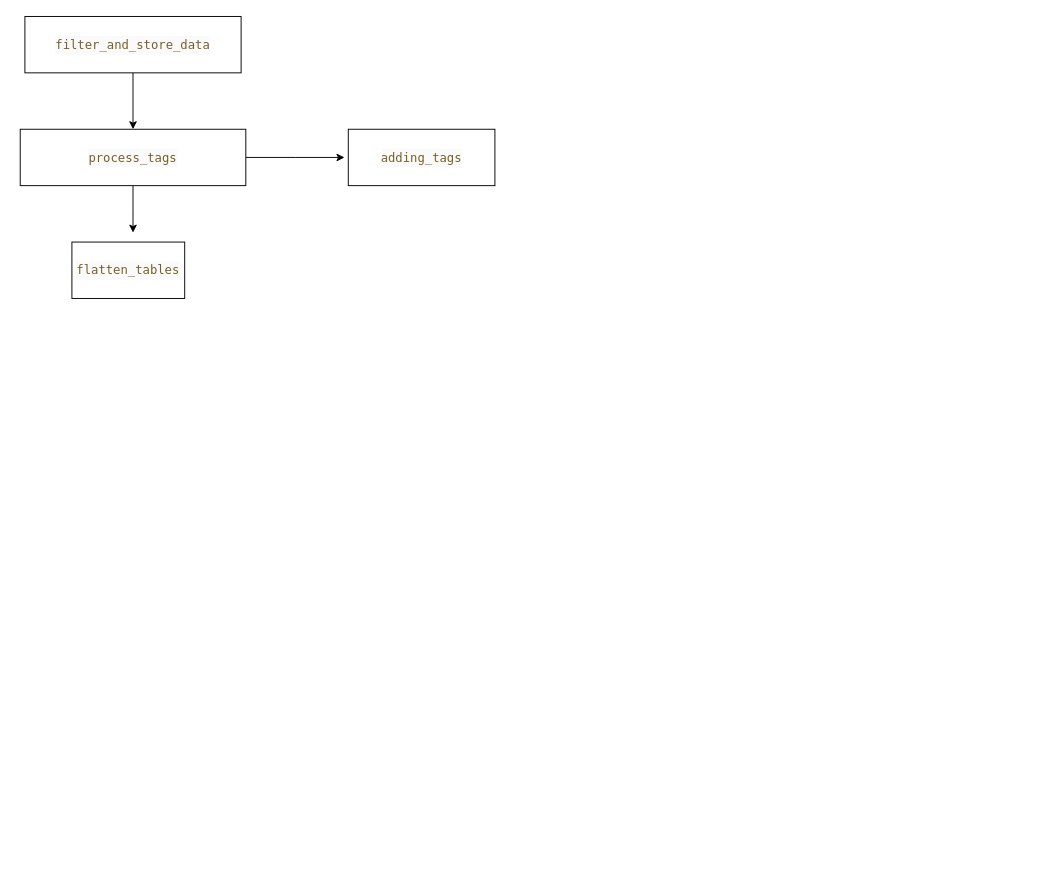
The draw.io diagram Untitled Diagram.drawio in AayushShorthillsAI/langchain, before the edit. Source tidied: cells renumbered, new cells numbered last; positions are measured from the earlier drawing's top-left corner, leaving out a move shared by most shapes. Both pictures are drawn from the tidied source at 94%, with x=0, y=0 at pixel (20, 16).
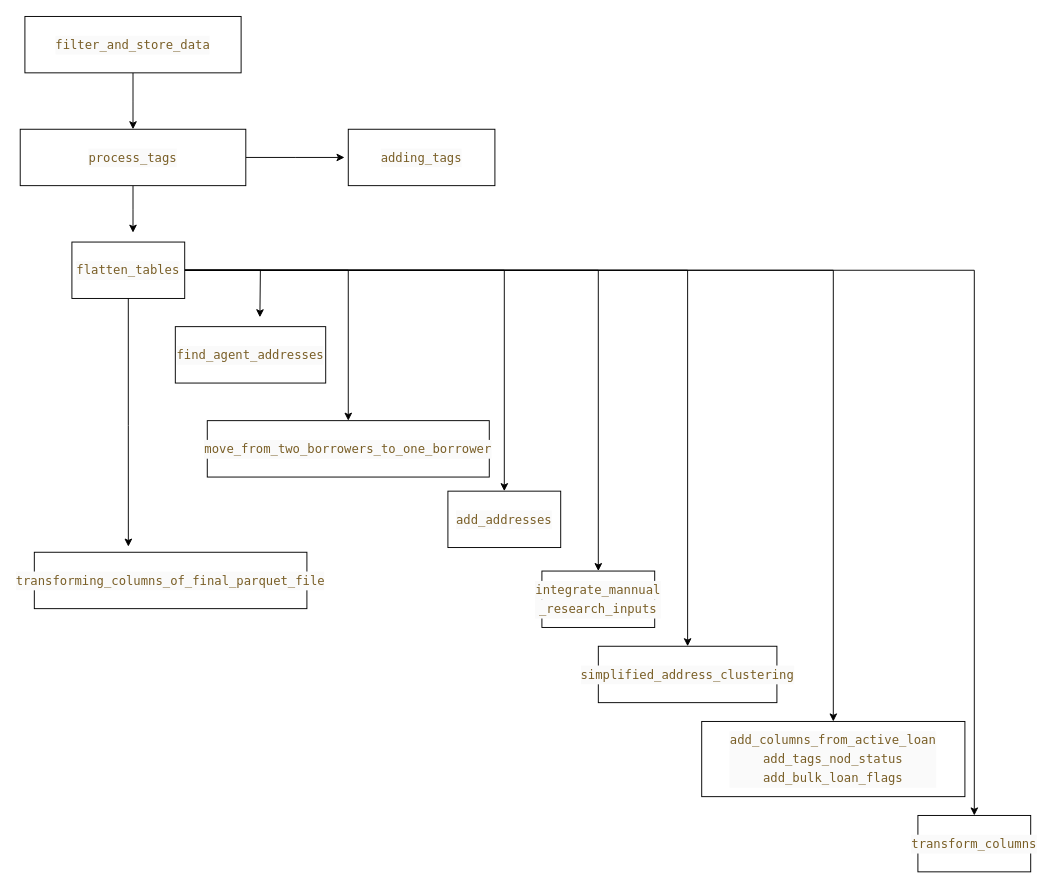
The same page after the edit.

The change refers to these unchanged cells:
```xml
<mxCell id="8" value="&lt;div style=&quot;color: rgb(59, 59, 59); background-color: rgb(250, 250, 250); font-family: Menlo, Monaco, Consolas, &amp;quot;Ubuntu Mono&amp;quot;, &amp;quot;Source Code Pro&amp;quot;, monospace, &amp;quot;Droid Sans Mono&amp;quot;, &amp;quot;monospace&amp;quot;, monospace; font-size: 13px; line-height: 20px; white-space: pre;&quot;&gt;&lt;span style=&quot;color: #795e26;&quot;&gt;flatten_tables&lt;/span&gt;&lt;/div&gt;" style="whiteSpace=wrap;html=1;" parent="1" vertex="1">
  <mxGeometry x="55" y="240" width="120" height="60" as="geometry" />
</mxCell>
```

Change to the diagram source:
```diff
@@
+    <mxCell id="9" style="edgeStyle=orthogonalEdgeStyle;rounded=0;jettySize=auto;html=1;entryX=0.5;entryY=0;entryDx=0;entryDy=0;" parent="1" edge="1" source="8" target="18">
+      <mxGeometry relative="1" as="geometry" />
+    </mxCell>
+    <mxCell id="10" style="edgeStyle=orthogonalEdgeStyle;rounded=0;jettySize=auto;html=1;" parent="1" edge="1" source="8" target="19">
+      <mxGeometry relative="1" as="geometry" />
+    </mxCell>
+    <mxCell id="11" style="edgeStyle=orthogonalEdgeStyle;rounded=0;jettySize=auto;html=1;" parent="1" edge="1" source="8" target="20">
+      <mxGeometry relative="1" as="geometry" />
+    </mxCell>
+    <mxCell id="12" style="edgeStyle=orthogonalEdgeStyle;rounded=0;jettySize=auto;html=1;entryX=0.5;entryY=0;entryDx=0;entryDy=0;" parent="1" edge="1" source="8" target="21">
+      <mxGeometry relative="1" as="geometry" />
+    </mxCell>
+    <mxCell id="13" style="edgeStyle=orthogonalEdgeStyle;rounded=0;jettySize=auto;html=1;" parent="1" edge="1" source="8" target="17">
+      <mxGeometry relative="1" as="geometry" />
+    </mxCell>
+    <mxCell id="14" style="edgeStyle=orthogonalEdgeStyle;rounded=0;jettySize=auto;html=1;" parent="1" edge="1" source="8">
+      <mxGeometry relative="1" as="geometry">
+        <mxPoint x="255" y="320" as="targetPoint" />
+      </mxGeometry>
+    </mxCell>
+    <mxCell id="15" style="edgeStyle=orthogonalEdgeStyle;rounded=0;jettySize=auto;html=1;entryX=0.5;entryY=0;entryDx=0;entryDy=0;" parent="1" edge="1" source="8" target="24">
+      <mxGeometry relative="1" as="geometry" />
+    </mxCell>
@@
+    <mxCell id="16" value="&lt;div style=&quot;color: rgb(59, 59, 59); background-color: rgb(250, 250, 250); font-family: Menlo, Monaco, Consolas, &amp;quot;Ubuntu Mono&amp;quot;, &amp;quot;Source Code Pro&amp;quot;, monospace, &amp;quot;Droid Sans Mono&amp;quot;, &amp;quot;monospace&amp;quot;, monospace; font-size: 13px; line-height: 20px; white-space: pre;&quot;&gt;&lt;span style=&quot;color: #795e26;&quot;&gt;find_agent_addresses&lt;/span&gt;&lt;/div&gt;" style="rounded=0;whiteSpace=wrap;html=1;" parent="1" vertex="1">
+      <mxGeometry x="165" y="330" width="160" height="60" as="geometry" />
+    </mxCell>
+    <mxCell id="17" value="&lt;div style=&quot;color: rgb(59, 59, 59); background-color: rgb(250, 250, 250); font-family: Menlo, Monaco, Consolas, &amp;quot;Ubuntu Mono&amp;quot;, &amp;quot;Source Code Pro&amp;quot;, monospace, &amp;quot;Droid Sans Mono&amp;quot;, &amp;quot;monospace&amp;quot;, monospace; font-size: 13px; line-height: 20px; white-space: pre;&quot;&gt;&lt;span style=&quot;color: #795e26;&quot;&gt;move_from_two_borrowers_to_one_borrower&lt;/span&gt;&lt;/div&gt;" style="rounded=0;whiteSpace=wrap;html=1;" parent="1" vertex="1">
+      <mxGeometry x="199" y="430" width="300" height="60" as="geometry" />
+    </mxCell>
+    <mxCell id="18" value="&lt;div style=&quot;color: rgb(59, 59, 59); background-color: rgb(250, 250, 250); font-family: Menlo, Monaco, Consolas, &amp;quot;Ubuntu Mono&amp;quot;, &amp;quot;Source Code Pro&amp;quot;, monospace, &amp;quot;Droid Sans Mono&amp;quot;, &amp;quot;monospace&amp;quot;, monospace; font-size: 13px; line-height: 20px; white-space: pre;&quot;&gt;&lt;span style=&quot;color: #795e26;&quot;&gt;add_addresses&lt;/span&gt;&lt;/div&gt;" style="rounded=0;whiteSpace=wrap;html=1;" parent="1" vertex="1">
+      <mxGeometry x="455" y="505" width="120" height="60" as="geometry" />
+    </mxCell>
+    <mxCell id="19" value="&lt;div style=&quot;color: rgb(59, 59, 59); background-color: rgb(250, 250, 250); font-family: Menlo, Monaco, Consolas, &amp;quot;Ubuntu Mono&amp;quot;, &amp;quot;Source Code Pro&amp;quot;, monospace, &amp;quot;Droid Sans Mono&amp;quot;, &amp;quot;monospace&amp;quot;, monospace; font-size: 13px; line-height: 20px; white-space: pre;&quot;&gt;&lt;span style=&quot;color: #795e26;&quot;&gt;integrate_mannual&lt;/span&gt;&lt;/div&gt;&lt;div style=&quot;color: rgb(59, 59, 59); background-color: rgb(250, 250, 250); font-family: Menlo, Monaco, Consolas, &amp;quot;Ubuntu Mono&amp;quot;, &amp;quot;Source Code Pro&amp;quot;, monospace, &amp;quot;Droid Sans Mono&amp;quot;, &amp;quot;monospace&amp;quot;, monospace; font-size: 13px; line-height: 20px; white-space: pre;&quot;&gt;&lt;span style=&quot;color: #795e26;&quot;&gt;_research_inputs&lt;/span&gt;&lt;/div&gt;" style="rounded=0;whiteSpace=wrap;html=1;" parent="1" vertex="1">
+      <mxGeometry x="555" y="590" width="120" height="60" as="geometry" />
+    </mxCell>
+    <mxCell id="20" value="&lt;div style=&quot;color: rgb(59, 59, 59); background-color: rgb(250, 250, 250); font-family: Menlo, Monaco, Consolas, &amp;quot;Ubuntu Mono&amp;quot;, &amp;quot;Source Code Pro&amp;quot;, monospace, &amp;quot;Droid Sans Mono&amp;quot;, &amp;quot;monospace&amp;quot;, monospace; font-size: 13px; line-height: 20px; white-space: pre;&quot;&gt;&lt;span style=&quot;color: #795e26;&quot;&gt;simplified_address_clustering&lt;/span&gt;&lt;/div&gt;" style="rounded=0;whiteSpace=wrap;html=1;" parent="1" vertex="1">
+      <mxGeometry x="615" y="670" width="190" height="60" as="geometry" />
+    </mxCell>
+    <mxCell id="21" value="&lt;div style=&quot;color: rgb(59, 59, 59); background-color: rgb(250, 250, 250); font-family: Menlo, Monaco, Consolas, &amp;quot;Ubuntu Mono&amp;quot;, &amp;quot;Source Code Pro&amp;quot;, monospace, &amp;quot;Droid Sans Mono&amp;quot;, &amp;quot;monospace&amp;quot;, monospace; font-size: 13px; line-height: 20px; white-space: pre;&quot;&gt;&lt;span style=&quot;color: #795e26;&quot;&gt;add_columns_from_active_loan&lt;/span&gt;&lt;/div&gt;&lt;div style=&quot;color: rgb(59, 59, 59); background-color: rgb(250, 250, 250); font-family: Menlo, Monaco, Consolas, &amp;quot;Ubuntu Mono&amp;quot;, &amp;quot;Source Code Pro&amp;quot;, monospace, &amp;quot;Droid Sans Mono&amp;quot;, &amp;quot;monospace&amp;quot;, monospace; font-size: 13px; line-height: 20px; white-space: pre;&quot;&gt;&lt;div style=&quot;line-height: 20px;&quot;&gt;&lt;span style=&quot;color: #795e26;&quot;&gt;add_tags_nod_status&lt;/span&gt;&lt;/div&gt;&lt;div style=&quot;line-height: 20px;&quot;&gt;&lt;div style=&quot;line-height: 20px;&quot;&gt;&lt;span style=&quot;color: #795e26;&quot;&gt;add_bulk_loan_flags&lt;/span&gt;&lt;/div&gt;&lt;/div&gt;&lt;/div&gt;" style="rounded=0;whiteSpace=wrap;html=1;" parent="1" vertex="1">
+      <mxGeometry x="725" y="750" width="280" height="80" as="geometry" />
+    </mxCell>
+    <mxCell id="22" value="&lt;div style=&quot;color: rgb(59, 59, 59); background-color: rgb(250, 250, 250); font-family: Menlo, Monaco, Consolas, &amp;quot;Ubuntu Mono&amp;quot;, &amp;quot;Source Code Pro&amp;quot;, monospace, &amp;quot;Droid Sans Mono&amp;quot;, &amp;quot;monospace&amp;quot;, monospace; font-size: 13px; line-height: 20px; white-space: pre;&quot;&gt;&lt;span style=&quot;color: #795e26;&quot;&gt;transforming_columns_of_final_parquet_file&lt;/span&gt;&lt;/div&gt;" style="rounded=0;whiteSpace=wrap;html=1;" parent="1" vertex="1">
+      <mxGeometry x="15" y="570" width="290" height="60" as="geometry" />
+    </mxCell>
+    <mxCell id="23" style="edgeStyle=orthogonalEdgeStyle;rounded=0;jettySize=auto;html=1;entryX=0.345;entryY=-0.1;entryDx=0;entryDy=0;entryPerimeter=0;" parent="1" edge="1" source="8" target="22">
+      <mxGeometry relative="1" as="geometry" />
+    </mxCell>
+    <mxCell id="24" value="&lt;div style=&quot;color: rgb(59, 59, 59); background-color: rgb(250, 250, 250); font-family: Menlo, Monaco, Consolas, &amp;quot;Ubuntu Mono&amp;quot;, &amp;quot;Source Code Pro&amp;quot;, monospace, &amp;quot;Droid Sans Mono&amp;quot;, &amp;quot;monospace&amp;quot;, monospace; font-size: 13px; line-height: 20px; white-space: pre;&quot;&gt;&lt;span style=&quot;color: #795e26;&quot;&gt;transform_columns&lt;/span&gt;&lt;/div&gt;" style="rounded=0;whiteSpace=wrap;html=1;" parent="1" vertex="1">
+      <mxGeometry x="955" y="850" width="120" height="60" as="geometry" />
+    </mxCell>
```
